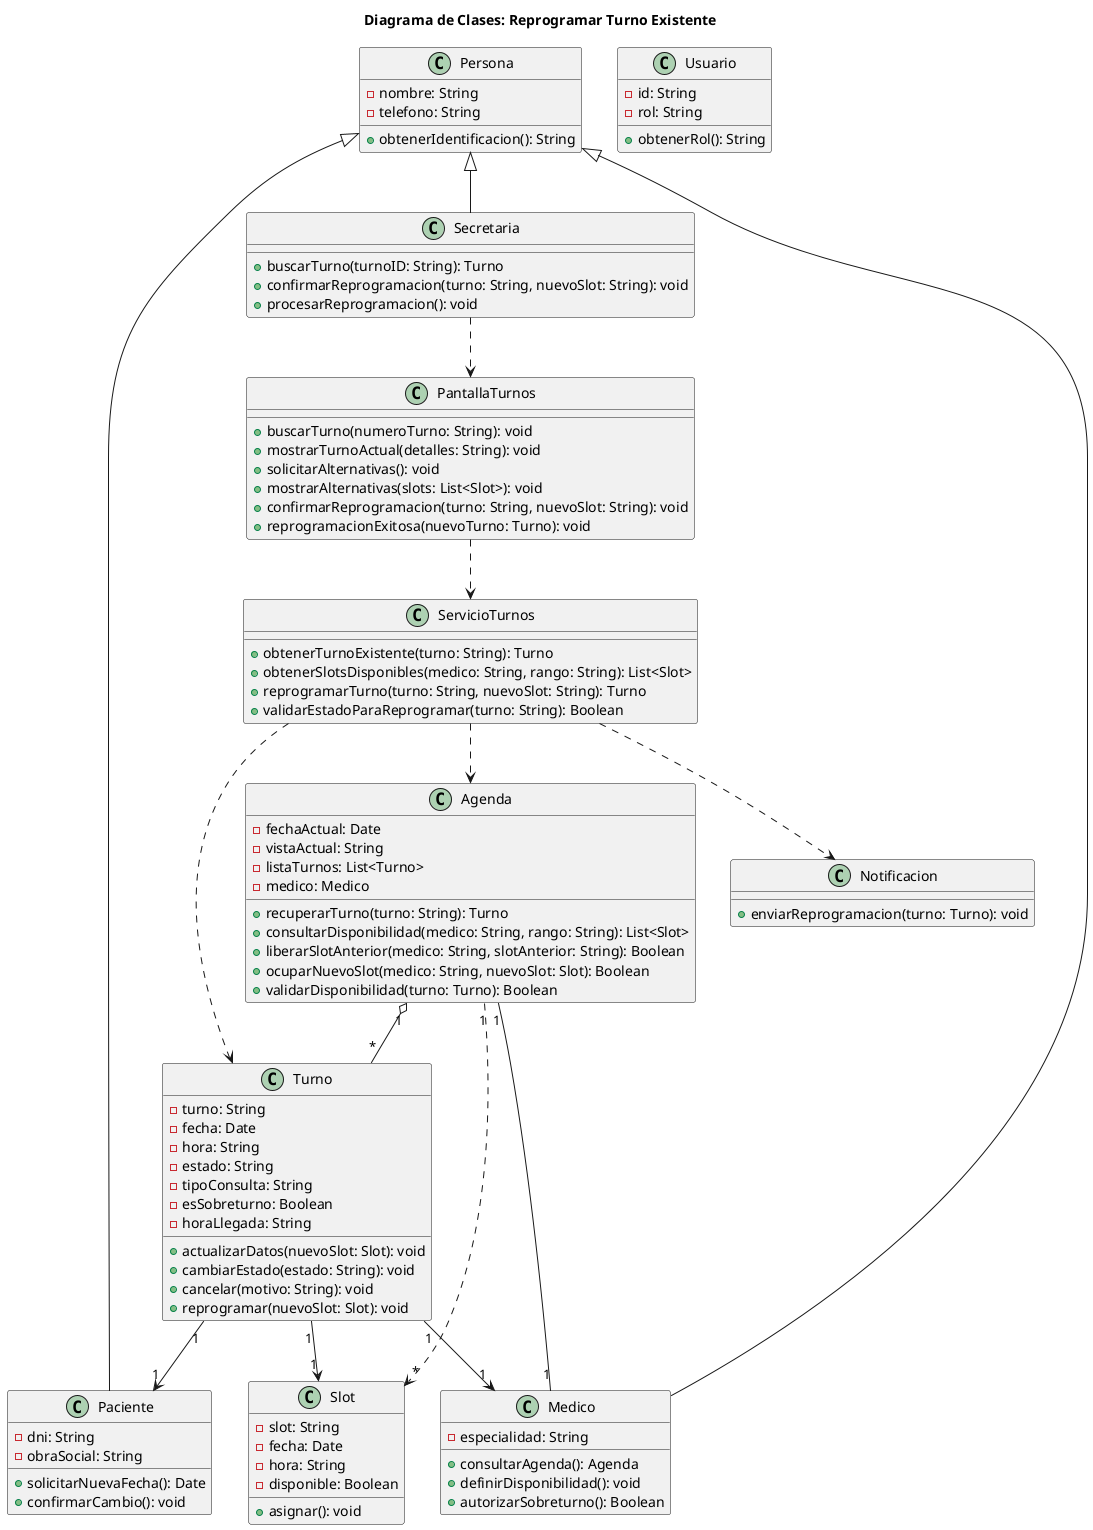
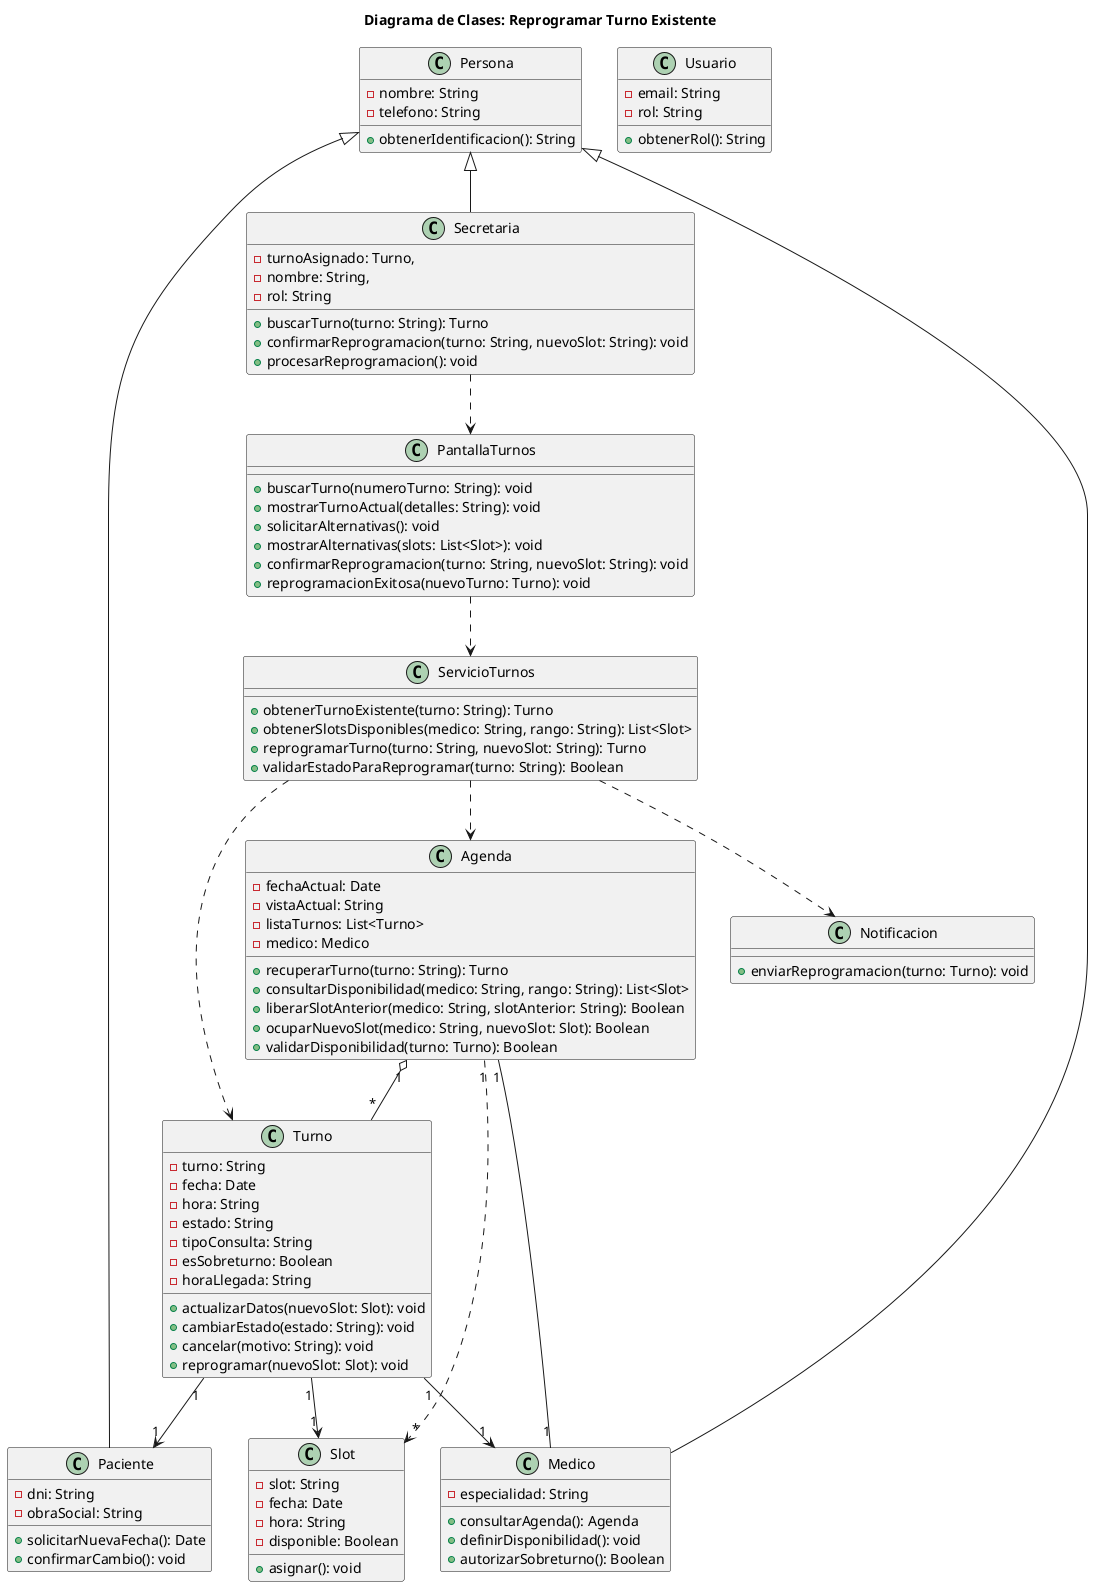
@startuml 02-clases-reprogramar-turno-02
title Diagrama de Clases: Reprogramar Turno Existente

class Persona {
    - nombre: String
    - telefono: String
    + obtenerIdentificacion(): String
}

class Usuario {
-     - id: String
+     - email: String
    - rol: String
    + obtenerRol(): String
}

class Paciente {
    - dni: String
    - obraSocial: String
    + solicitarNuevaFecha(): Date
    + confirmarCambio(): void
}

class Secretaria {
-     + buscarTurno(turnoID: String): Turno
+     - turnoAsignado: Turno,
+     - nombre: String,
+     - rol: String
+     + buscarTurno(turno: String): Turno
    + confirmarReprogramacion(turno: String, nuevoSlot: String): void
    + procesarReprogramacion(): void
}

class Medico {
    - especialidad: String
    + consultarAgenda(): Agenda
    + definirDisponibilidad(): void
    + autorizarSobreturno(): Boolean
}

class Agenda {
    - fechaActual: Date
    - vistaActual: String
    - listaTurnos: List<Turno>
    - medico: Medico
    + recuperarTurno(turno: String): Turno
    + consultarDisponibilidad(medico: String, rango: String): List<Slot>
    + liberarSlotAnterior(medico: String, slotAnterior: String): Boolean
    + ocuparNuevoSlot(medico: String, nuevoSlot: Slot): Boolean
    + validarDisponibilidad(turno: Turno): Boolean
}

class Turno {
    - turno: String
    - fecha: Date
    - hora: String
    - estado: String
    - tipoConsulta: String
    - esSobreturno: Boolean
    - horaLlegada: String
    + actualizarDatos(nuevoSlot: Slot): void
    + cambiarEstado(estado: String): void
    + cancelar(motivo: String): void
    + reprogramar(nuevoSlot: Slot): void
}

class Slot {
    - slot: String
    - fecha: Date
    - hora: String
    - disponible: Boolean
    + asignar(): void
}

class ServicioTurnos {
    + obtenerTurnoExistente(turno: String): Turno
    + obtenerSlotsDisponibles(medico: String, rango: String): List<Slot>
    + reprogramarTurno(turno: String, nuevoSlot: String): Turno
    + validarEstadoParaReprogramar(turno: String): Boolean
}

class PantallaTurnos {
    + buscarTurno(numeroTurno: String): void
    + mostrarTurnoActual(detalles: String): void
    + solicitarAlternativas(): void
    + mostrarAlternativas(slots: List<Slot>): void
    + confirmarReprogramacion(turno: String, nuevoSlot: String): void
    + reprogramacionExitosa(nuevoTurno: Turno): void
}

class Notificacion {
    + enviarReprogramacion(turno: Turno): void
}

Persona <|-- Paciente
Persona <|-- Medico
Persona <|-- Secretaria

Agenda "1" o-- "*" Turno
Agenda "1" -- "1" Medico
Turno "1" --> "1" Paciente
Turno "1" --> "1" Medico
Turno "1" --> "1" Slot
Agenda "1" ..> "*" Slot
ServicioTurnos ..> Agenda
ServicioTurnos ..> Turno
PantallaTurnos ..> ServicioTurnos
Secretaria ..> PantallaTurnos
ServicioTurnos ..> Notificacion

@enduml